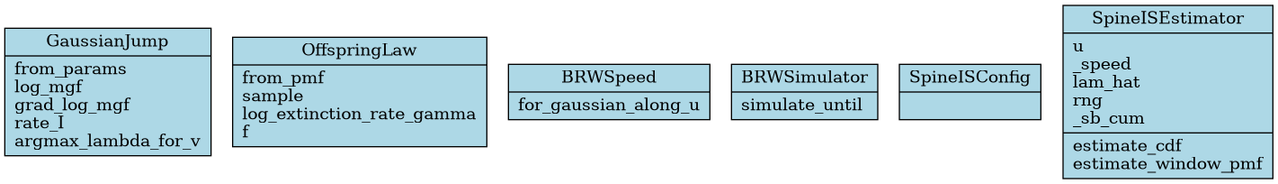
This is docs/architecture/class-diagram.png from DiogoRibeiro7/brw-fpt, a Mermaid export, as it was before one commit. Its source is kept beside it as docs/architecture/class-diagram.mmd. Its diagram source:
```mermaid
classDiagram
  class GaussianJump {
    +from_params()
    +log_mgf()
    +grad_log_mgf()
    +rate_I()
    +argmax_lambda_for_v()
    +sample_nominal()
    +sample_tilted()
  }

  class OffspringLaw {
    +from_pmf()
    +sample()
    +log_extinction_rate_gamma()
    +f()
  }

  class BRWSpeed {
    +for_gaussian_along_u()
  }

  class BRWSimulator {
    +simulate_until()
  }

  class SpineISConfig {
  }

  class SpineISEstimator {
    +u
    +_speed
    +lam_hat
    +rng
    +_sb_cum
    +estimate_cdf()
    +estimate_window_pmf()
  }
```
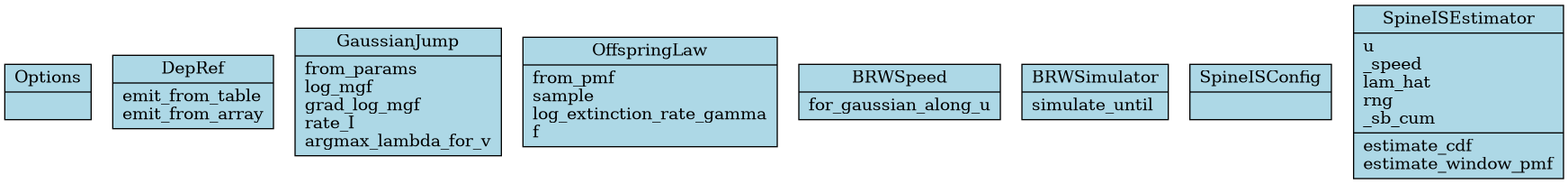
The same file after the commit.

What changed in the source:
```diff
@@ -1,4 +1,12 @@
 classDiagram
+  class Options {
+  }
+
+  class DepRef {
+    +emit_from_table()
+    +emit_from_array()
+  }
+
   class GaussianJump {
     +from_params()
     +log_mgf()
```
